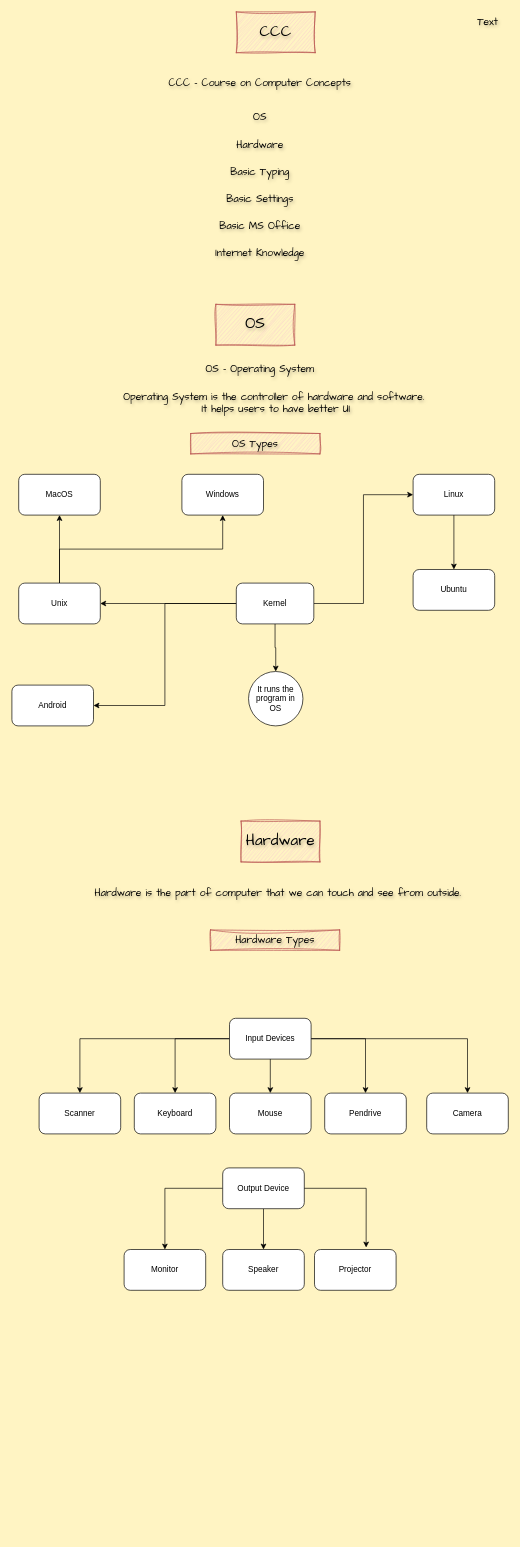
Shiksha-Skills-Institute/basic-courses keeps this draw.io diagram as Untitled Diagram.drawio. Above is the earlier version. Source tidied: cells renumbered, new cells numbered last; positions are measured from the earlier drawing's top-left corner, leaving out a move shared by most shapes. Both pictures are drawn from the tidied source at 68%, with x=0, y=0 at pixel (12, 12).
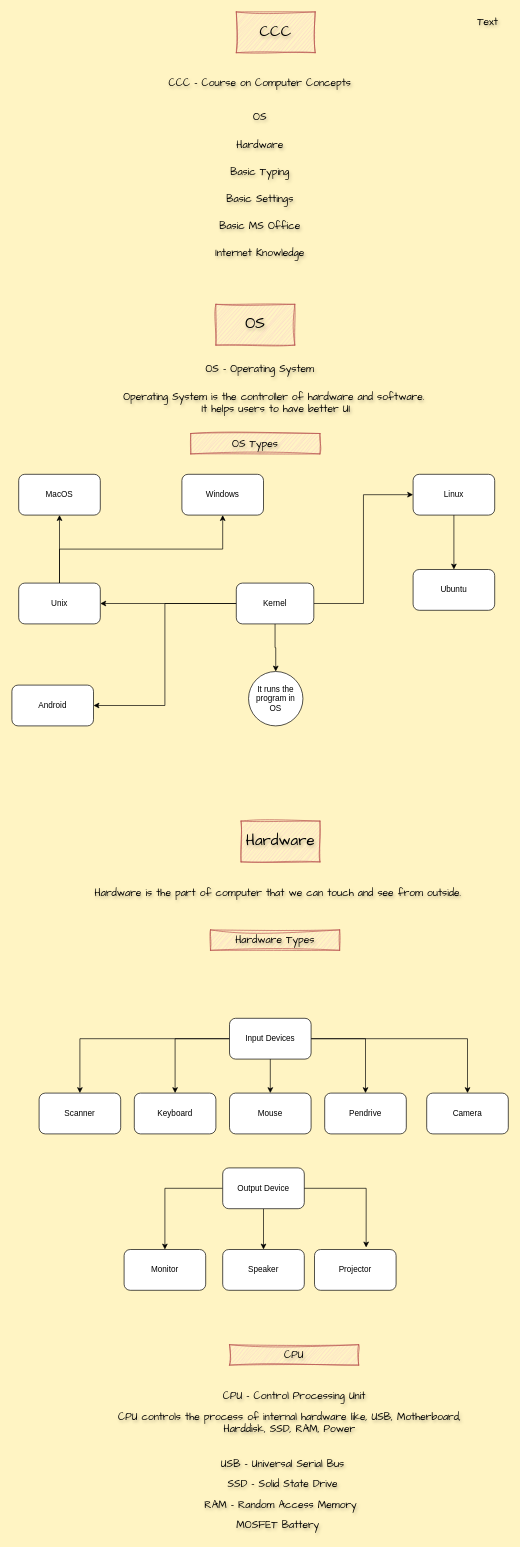
The same page after the edit.

Change to the diagram source:
```diff
@@
+    <mxCell id="51" value="CPU" style="text;html=1;align=center;verticalAlign=middle;whiteSpace=wrap;rounded=0;fontSize=15;textShadow=1;fontFamily=Comic Sans MS;sketch=1;curveFitting=1;jiggle=2;fillColor=#f8cecc;strokeColor=#b85450;" parent="1" vertex="1">
+      <mxGeometry x="320" y="1960" width="190" height="30" as="geometry" />
+    </mxCell>
+    <mxCell id="52" value="CPU - Control Processing Unit" style="text;html=1;align=center;verticalAlign=middle;whiteSpace=wrap;rounded=0;fontSize=15;textShadow=1;fontFamily=Comic Sans MS;" parent="1" vertex="1">
+      <mxGeometry x="136.5" y="2020" width="557" height="30" as="geometry" />
+    </mxCell>
+    <mxCell id="53" value="CPU controls the process of internal hardware like, USB, Motherboard, Harddisk, SSD, RAM, Power" style="text;html=1;align=center;verticalAlign=middle;whiteSpace=wrap;rounded=0;fontSize=15;textShadow=1;fontFamily=Comic Sans MS;" parent="1" vertex="1">
+      <mxGeometry x="130" y="2060" width="557" height="30" as="geometry" />
+    </mxCell>
+    <mxCell id="54" value="USB - Universal Serial Bus" style="text;html=1;align=center;verticalAlign=middle;whiteSpace=wrap;rounded=0;fontSize=15;textShadow=1;fontFamily=Comic Sans MS;" parent="1" vertex="1">
+      <mxGeometry x="120" y="2120" width="557" height="30" as="geometry" />
+    </mxCell>
+    <mxCell id="55" value="SSD - Solid State Drive" style="text;html=1;align=center;verticalAlign=middle;whiteSpace=wrap;rounded=0;fontSize=15;textShadow=1;fontFamily=Comic Sans MS;" parent="1" vertex="1">
+      <mxGeometry x="120" y="2150" width="557" height="30" as="geometry" />
+    </mxCell>
+    <mxCell id="56" value="RAM - Random Access Memory" style="text;html=1;align=center;verticalAlign=middle;whiteSpace=wrap;rounded=0;fontSize=15;textShadow=1;fontFamily=Comic Sans MS;" parent="1" vertex="1">
+      <mxGeometry x="116.5" y="2180" width="557" height="30" as="geometry" />
+    </mxCell>
+    <mxCell id="57" value="MOSFET Battery" style="text;html=1;align=center;verticalAlign=middle;whiteSpace=wrap;rounded=0;fontSize=15;textShadow=1;fontFamily=Comic Sans MS;" parent="1" vertex="1">
+      <mxGeometry x="113" y="2210" width="557" height="30" as="geometry" />
+    </mxCell>
```
